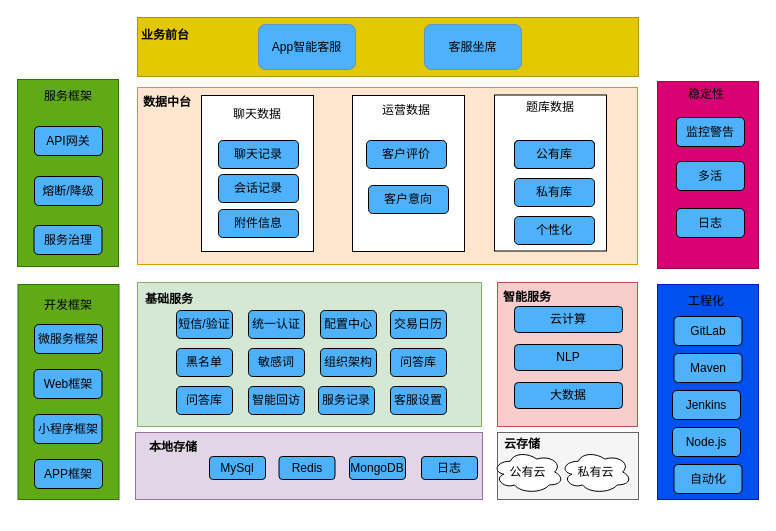
Above: 客服总体架构图.drawio in ammengke/my-drawio (draw.io), before the change. Source tidied: cells renumbered, new cells numbered last; positions are measured from the earlier drawing's top-left corner, leaving out a move shared by most shapes. Both pictures are drawn from the tidied source at 100%, with x=0, y=0 at pixel (17, 17).
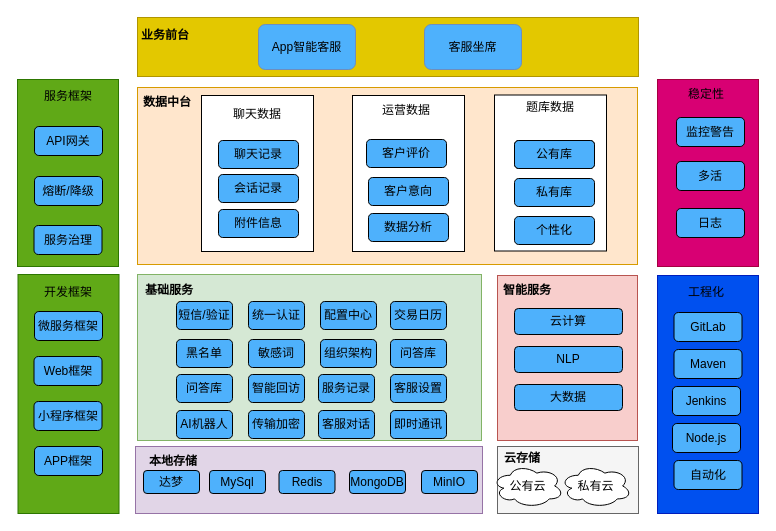
The same page after the edit.

Commit message:
更新客服总体架构图.drawio

The edit, as a diff of the source:
```diff
@@
     <mxCell id="22" value="客户评价" style="rounded=1;whiteSpace=wrap;html=1;fillColor=#4EB1FC;" parent="1" vertex="1">
-      <mxGeometry x="349" y="123" width="80" height="28" as="geometry" />
+      <mxGeometry x="349" y="122" width="80" height="28" as="geometry" />
     </mxCell>
@@
     <mxCell id="27" style="rounded=0;whiteSpace=wrap;html=1;fillColor=#60a917;fontColor=#ffffff;strokeColor=#2D7600;" parent="1" vertex="1">
-      <mxGeometry x="0.5" y="267" width="101" height="215" as="geometry" />
+      <mxGeometry x="0.5" y="257" width="101" height="239" as="geometry" />
     </mxCell>
     <mxCell id="28" value="开发框架" style="text;html=1;strokeColor=none;fillColor=none;align=center;verticalAlign=middle;whiteSpace=wrap;rounded=0;" parent="1" vertex="1">
-      <mxGeometry x="20.5" y="273" width="60" height="30" as="geometry" />
+      <mxGeometry x="20.5" y="260" width="60" height="30" as="geometry" />
     </mxCell>
     <mxCell id="29" value="微服务框架" style="rounded=1;whiteSpace=wrap;html=1;fillColor=#4EB1FC;" parent="1" vertex="1">
-      <mxGeometry x="17" y="307" width="68" height="29" as="geometry" />
+      <mxGeometry x="17" y="294" width="68" height="29" as="geometry" />
     </mxCell>
     <mxCell id="30" value="Web框架" style="rounded=1;whiteSpace=wrap;html=1;fillColor=#4EB1FC;" parent="1" vertex="1">
-      <mxGeometry x="16.5" y="352" width="68" height="29" as="geometry" />
+      <mxGeometry x="16.5" y="339" width="68" height="29" as="geometry" />
     </mxCell>
     <mxCell id="31" value="小程序框架" style="rounded=1;whiteSpace=wrap;html=1;fillColor=#4EB1FC;" parent="1" vertex="1">
-      <mxGeometry x="16.5" y="397" width="68" height="29" as="geometry" />
+      <mxGeometry x="16.5" y="384" width="68" height="29" as="geometry" />
     </mxCell>
     <mxCell id="32" value="APP框架" style="rounded=1;whiteSpace=wrap;html=1;fillColor=#4EB1FC;" parent="1" vertex="1">
-      <mxGeometry x="17" y="442" width="68" height="29" as="geometry" />
+      <mxGeometry x="17" y="429" width="68" height="29" as="geometry" />
     </mxCell>
     <mxCell id="33" style="rounded=0;whiteSpace=wrap;html=1;fillColor=#d80073;fontColor=#ffffff;strokeColor=#A50040;" parent="1" vertex="1">
-      <mxGeometry x="640" y="64" width="101" height="187" as="geometry" />
+      <mxGeometry x="640" y="62" width="101" height="187" as="geometry" />
     </mxCell>
@@
     <mxCell id="38" style="rounded=0;whiteSpace=wrap;html=1;fillColor=#0050ef;fontColor=#ffffff;strokeColor=#001DBC;" parent="1" vertex="1">
-      <mxGeometry x="640" y="267" width="101" height="215" as="geometry" />
+      <mxGeometry x="640" y="258" width="101" height="238" as="geometry" />
     </mxCell>
     <mxCell id="39" value="工程化" style="text;html=1;strokeColor=none;fillColor=none;align=center;verticalAlign=middle;whiteSpace=wrap;rounded=0;" parent="1" vertex="1">
-      <mxGeometry x="659" y="269" width="60" height="30" as="geometry" />
+      <mxGeometry x="659" y="260" width="60" height="30" as="geometry" />
     </mxCell>
     <mxCell id="40" value="GitLab" style="rounded=1;whiteSpace=wrap;html=1;fillColor=#4EB1FC;" parent="1" vertex="1">
-      <mxGeometry x="656.5" y="299" width="68" height="29" as="geometry" />
+      <mxGeometry x="656.5" y="295" width="68" height="29" as="geometry" />
     </mxCell>
     <mxCell id="41" value="Maven" style="rounded=1;whiteSpace=wrap;html=1;fillColor=#4EB1FC;" parent="1" vertex="1">
-      <mxGeometry x="656.5" y="336" width="68" height="29" as="geometry" />
+      <mxGeometry x="656.5" y="332" width="68" height="29" as="geometry" />
     </mxCell>
     <mxCell id="42" value="Jenkins" style="rounded=1;whiteSpace=wrap;html=1;fillColor=#4EB1FC;" parent="1" vertex="1">
-      <mxGeometry x="655" y="373" width="68" height="29" as="geometry" />
+      <mxGeometry x="655" y="369" width="68" height="29" as="geometry" />
     </mxCell>
     <mxCell id="43" value="Node.js" style="rounded=1;whiteSpace=wrap;html=1;fillColor=#4EB1FC;" parent="1" vertex="1">
-      <mxGeometry x="655" y="410" width="68" height="29" as="geometry" />
+      <mxGeometry x="655" y="406" width="68" height="29" as="geometry" />
     </mxCell>
     <mxCell id="44" value="自动化" style="rounded=1;whiteSpace=wrap;html=1;fillColor=#4EB1FC;" parent="1" vertex="1">
-      <mxGeometry x="656.5" y="447" width="68" height="29" as="geometry" />
+      <mxGeometry x="656.5" y="443" width="68" height="29" as="geometry" />
     </mxCell>
     <mxCell id="45" style="rounded=0;whiteSpace=wrap;html=1;fillColor=#d5e8d4;strokeColor=#82b366;" parent="1" vertex="1">
-      <mxGeometry x="120" y="265" width="344" height="144" as="geometry" />
+      <mxGeometry x="120" y="257" width="344" height="166" as="geometry" />
     </mxCell>
     <mxCell id="46" value="基础服务" style="text;html=1;strokeColor=none;fillColor=none;align=center;verticalAlign=middle;whiteSpace=wrap;rounded=0;fontColor=#000000;fontStyle=1;" parent="1" vertex="1">
-      <mxGeometry x="122" y="267" width="60" height="30" as="geometry" />
+      <mxGeometry x="122" y="258" width="60" height="30" as="geometry" />
     </mxCell>
     <mxCell id="47" value="短信/验证" style="rounded=1;whiteSpace=wrap;html=1;fillColor=#4EB1FC;" parent="1" vertex="1">
-      <mxGeometry x="159" y="293" width="56" height="28" as="geometry" />
+      <mxGeometry x="159" y="284" width="56" height="28" as="geometry" />
     </mxCell>
     <mxCell id="48" value="统一认证" style="rounded=1;whiteSpace=wrap;html=1;fillColor=#4EB1FC;" parent="1" vertex="1">
-      <mxGeometry x="231" y="293" width="56" height="28" as="geometry" />
+      <mxGeometry x="231" y="284" width="56" height="28" as="geometry" />
     </mxCell>
     <mxCell id="49" value="配置中心" style="rounded=1;whiteSpace=wrap;html=1;fillColor=#4EB1FC;" parent="1" vertex="1">
-      <mxGeometry x="303" y="293" width="56" height="28" as="geometry" />
+      <mxGeometry x="303" y="284" width="56" height="28" as="geometry" />
     </mxCell>
     <mxCell id="50" style="rounded=0;whiteSpace=wrap;html=1;fillColor=#f8cecc;strokeColor=#b85450;" parent="1" vertex="1">
-      <mxGeometry x="480" y="265" width="140" height="144" as="geometry" />
+      <mxGeometry x="480" y="258" width="140" height="165" as="geometry" />
     </mxCell>
     <mxCell id="51" value="智能服务" style="text;html=1;strokeColor=none;fillColor=none;align=center;verticalAlign=middle;whiteSpace=wrap;rounded=0;fontColor=#000000;fontStyle=1;" parent="1" vertex="1">
-      <mxGeometry x="480" y="265" width="60" height="30" as="geometry" />
+      <mxGeometry x="480" y="258" width="60" height="30" as="geometry" />
     </mxCell>
     <mxCell id="52" value="云计算" style="rounded=1;whiteSpace=wrap;html=1;fillColor=#4EB1FC;" parent="1" vertex="1">
-      <mxGeometry x="497" y="289" width="108" height="26" as="geometry" />
+      <mxGeometry x="497" y="291" width="108" height="26" as="geometry" />
     </mxCell>
     <mxCell id="53" value="大数据" style="rounded=1;whiteSpace=wrap;html=1;fillColor=#4EB1FC;" parent="1" vertex="1">
-      <mxGeometry x="497" y="365" width="108" height="26" as="geometry" />
+      <mxGeometry x="497" y="367" width="108" height="26" as="geometry" />
     </mxCell>
     <mxCell id="54" value="NLP" style="rounded=1;whiteSpace=wrap;html=1;fillColor=#4EB1FC;" parent="1" vertex="1">
-      <mxGeometry x="497" y="327" width="108" height="26" as="geometry" />
+      <mxGeometry x="497" y="329" width="108" height="26" as="geometry" />
     </mxCell>
     <mxCell id="55" value="交易日历" style="rounded=1;whiteSpace=wrap;html=1;fillColor=#4EB1FC;" parent="1" vertex="1">
-      <mxGeometry x="373" y="293" width="56" height="28" as="geometry" />
+      <mxGeometry x="373" y="284" width="56" height="28" as="geometry" />
     </mxCell>
     <mxCell id="56" value="黑名单" style="rounded=1;whiteSpace=wrap;html=1;fillColor=#4EB1FC;" parent="1" vertex="1">
-      <mxGeometry x="159" y="331" width="56" height="28" as="geometry" />
+      <mxGeometry x="159" y="322" width="56" height="28" as="geometry" />
     </mxCell>
     <mxCell id="57" value="敏感词" style="rounded=1;whiteSpace=wrap;html=1;fillColor=#4EB1FC;" parent="1" vertex="1">
-      <mxGeometry x="231" y="331" width="56" height="28" as="geometry" />
+      <mxGeometry x="231" y="322" width="56" height="28" as="geometry" />
     </mxCell>
     <mxCell id="58" value="组织架构" style="rounded=1;whiteSpace=wrap;html=1;fillColor=#4EB1FC;" parent="1" vertex="1">
-      <mxGeometry x="303" y="331" width="56" height="28" as="geometry" />
+      <mxGeometry x="303" y="322" width="56" height="28" as="geometry" />
     </mxCell>
     <mxCell id="59" value="问答库" style="rounded=1;whiteSpace=wrap;html=1;fillColor=#4EB1FC;" parent="1" vertex="1">
-      <mxGeometry x="373" y="331" width="56" height="28" as="geometry" />
+      <mxGeometry x="373" y="322" width="56" height="28" as="geometry" />
     </mxCell>
     <mxCell id="60" value="问答库" style="rounded=1;whiteSpace=wrap;html=1;fillColor=#4EB1FC;" parent="1" vertex="1">
-      <mxGeometry x="159" y="369" width="56" height="28" as="geometry" />
+      <mxGeometry x="159" y="357" width="56" height="28" as="geometry" />
     </mxCell>
     <mxCell id="61" value="智能回访" style="rounded=1;whiteSpace=wrap;html=1;fillColor=#4EB1FC;" parent="1" vertex="1">
-      <mxGeometry x="231" y="369" width="56" height="28" as="geometry" />
+      <mxGeometry x="231" y="357" width="56" height="28" as="geometry" />
     </mxCell>
     <mxCell id="62" value="服务记录" style="rounded=1;whiteSpace=wrap;html=1;fillColor=#4EB1FC;" parent="1" vertex="1">
-      <mxGeometry x="301" y="369" width="56" height="28" as="geometry" />
+      <mxGeometry x="301" y="357" width="56" height="28" as="geometry" />
     </mxCell>
     <mxCell id="63" value="客服设置" style="rounded=1;whiteSpace=wrap;html=1;fillColor=#4EB1FC;" parent="1" vertex="1">
-      <mxGeometry x="373" y="369" width="56" height="28" as="geometry" />
+      <mxGeometry x="373" y="357" width="56" height="28" as="geometry" />
     </mxCell>
     <mxCell id="64" style="rounded=0;whiteSpace=wrap;html=1;fillColor=#e1d5e7;strokeColor=#9673a6;" parent="1" vertex="1">
-      <mxGeometry x="118" y="415" width="347" height="67" as="geometry" />
+      <mxGeometry x="118" y="429" width="347" height="67" as="geometry" />
     </mxCell>
     <mxCell id="65" value="本地存储" style="text;html=1;strokeColor=none;fillColor=none;align=center;verticalAlign=middle;whiteSpace=wrap;rounded=0;fontStyle=1;" parent="1" vertex="1">
-      <mxGeometry x="126" y="415" width="60" height="30" as="geometry" />
+      <mxGeometry x="126" y="429" width="60" height="30" as="geometry" />
     </mxCell>
     <mxCell id="66" style="rounded=0;whiteSpace=wrap;html=1;fillColor=#f5f5f5;fontColor=#333333;strokeColor=#666666;" parent="1" vertex="1">
-      <mxGeometry x="480" y="415" width="141" height="67" as="geometry" />
+      <mxGeometry x="480" y="429" width="141" height="67" as="geometry" />
     </mxCell>
     <mxCell id="67" value="云存储" style="text;html=1;strokeColor=none;fillColor=none;align=center;verticalAlign=middle;whiteSpace=wrap;rounded=0;fontStyle=1;" parent="1" vertex="1">
-      <mxGeometry x="475" y="412" width="60" height="30" as="geometry" />
+      <mxGeometry x="475" y="426" width="60" height="30" as="geometry" />
     </mxCell>
     <mxCell id="68" value="公有云" style="ellipse;shape=cloud;whiteSpace=wrap;html=1;" parent="1" vertex="1">
-      <mxGeometry x="475" y="433" width="71" height="43" as="geometry" />
+      <mxGeometry x="475" y="447" width="71" height="43" as="geometry" />
     </mxCell>
     <mxCell id="69" value="私有云" style="ellipse;shape=cloud;whiteSpace=wrap;html=1;" parent="1" vertex="1">
-      <mxGeometry x="543" y="433" width="71" height="43" as="geometry" />
+      <mxGeometry x="543" y="447" width="71" height="43" as="geometry" />
     </mxCell>
     <mxCell id="70" value="MySql" style="rounded=1;whiteSpace=wrap;html=1;fillColor=#4EB1FC;" parent="1" vertex="1">
-      <mxGeometry x="192" y="439" width="56" height="23" as="geometry" />
+      <mxGeometry x="192" y="453" width="56" height="23" as="geometry" />
     </mxCell>
     <mxCell id="71" value="Redis" style="rounded=1;whiteSpace=wrap;html=1;fillColor=#4EB1FC;" parent="1" vertex="1">
-      <mxGeometry x="261.5" y="439" width="56" height="23" as="geometry" />
+      <mxGeometry x="261.5" y="453" width="56" height="23" as="geometry" />
     </mxCell>
     <mxCell id="72" value="MongoDB" style="rounded=1;whiteSpace=wrap;html=1;fillColor=#4EB1FC;" parent="1" vertex="1">
-      <mxGeometry x="332" y="439" width="56" height="23" as="geometry" />
+      <mxGeometry x="332" y="453" width="56" height="23" as="geometry" />
     </mxCell>
-    <mxCell id="73" value="日志" style="rounded=1;whiteSpace=wrap;html=1;fillColor=#4EB1FC;" parent="1" vertex="1">
-      <mxGeometry x="404" y="439" width="56" height="23" as="geometry" />
+    <mxCell id="73" value="MinIO" style="rounded=1;whiteSpace=wrap;html=1;fillColor=#4EB1FC;" parent="1" vertex="1">
+      <mxGeometry x="404" y="453" width="56" height="23" as="geometry" />
     </mxCell>
     <mxCell id="74" value="客户意向" style="rounded=1;whiteSpace=wrap;html=1;fillColor=#4EB1FC;" parent="1" vertex="1">
-      <mxGeometry x="351" y="168" width="80" height="28" as="geometry" />
+      <mxGeometry x="351" y="160" width="80" height="28" as="geometry" />
     </mxCell>
+    <mxCell id="75" value="AI机器人" style="rounded=1;whiteSpace=wrap;html=1;fillColor=#4EB1FC;" parent="1" vertex="1">
+      <mxGeometry x="159" y="393" width="56" height="28" as="geometry" />
+    </mxCell>
+    <mxCell id="76" value="传输加密" style="rounded=1;whiteSpace=wrap;html=1;fillColor=#4EB1FC;" parent="1" vertex="1">
+      <mxGeometry x="231" y="393" width="56" height="28" as="geometry" />
+    </mxCell>
+    <mxCell id="77" value="客服对话" style="rounded=1;whiteSpace=wrap;html=1;fillColor=#4EB1FC;" parent="1" vertex="1">
+      <mxGeometry x="301" y="393" width="56" height="28" as="geometry" />
+    </mxCell>
+    <mxCell id="78" value="即时通讯" style="rounded=1;whiteSpace=wrap;html=1;fillColor=#4EB1FC;" parent="1" vertex="1">
+      <mxGeometry x="373" y="393" width="56" height="28" as="geometry" />
+    </mxCell>
+    <mxCell id="79" value="达梦" style="rounded=1;whiteSpace=wrap;html=1;fillColor=#4EB1FC;" parent="1" vertex="1">
+      <mxGeometry x="126" y="453" width="56" height="23" as="geometry" />
+    </mxCell>
+    <mxCell id="80" value="数据分析" style="rounded=1;whiteSpace=wrap;html=1;fillColor=#4EB1FC;" parent="1" vertex="1">
+      <mxGeometry x="351" y="196" width="80" height="28" as="geometry" />
+    </mxCell>
```
